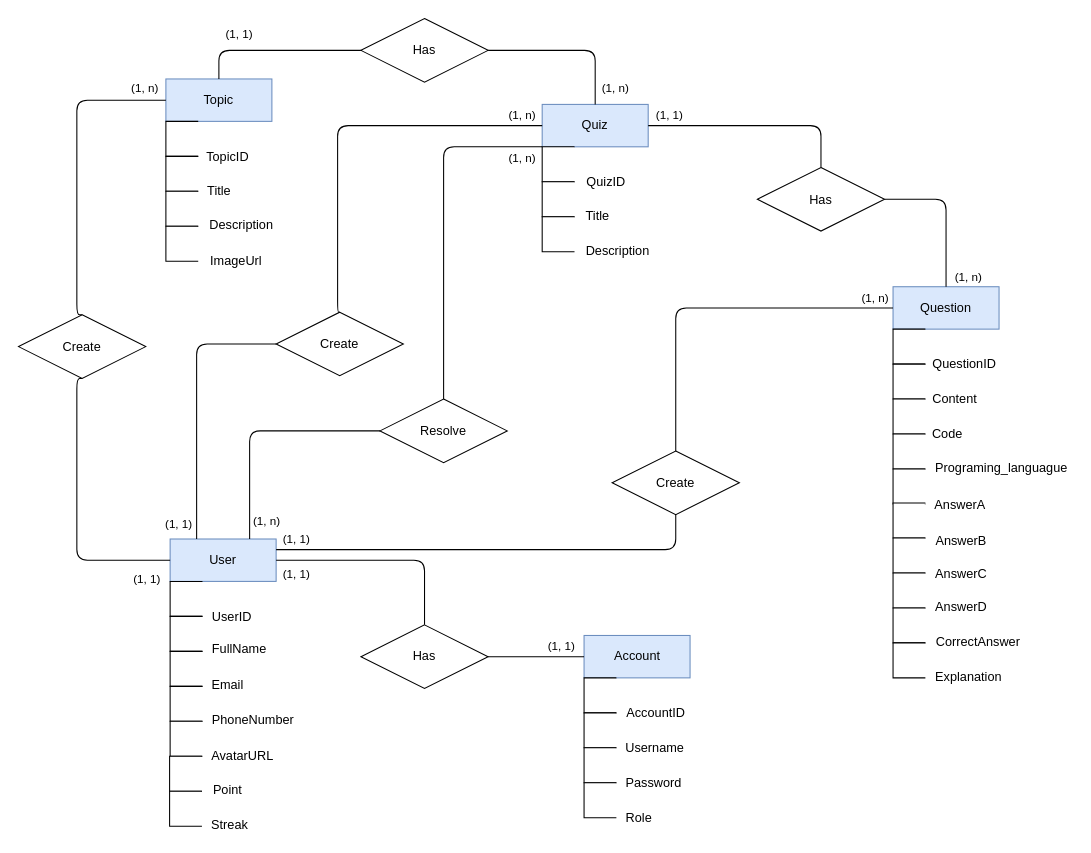
Above: Untitled Diagram.drawio in malburo/quiz-app (draw.io), before the change. Source tidied: cells renumbered, new cells numbered last; positions are measured from the earlier drawing's top-left corner, leaving out a move shared by most shapes. Both pictures are drawn from the tidied source at 106%, with x=0, y=0 at pixel (18, 18).
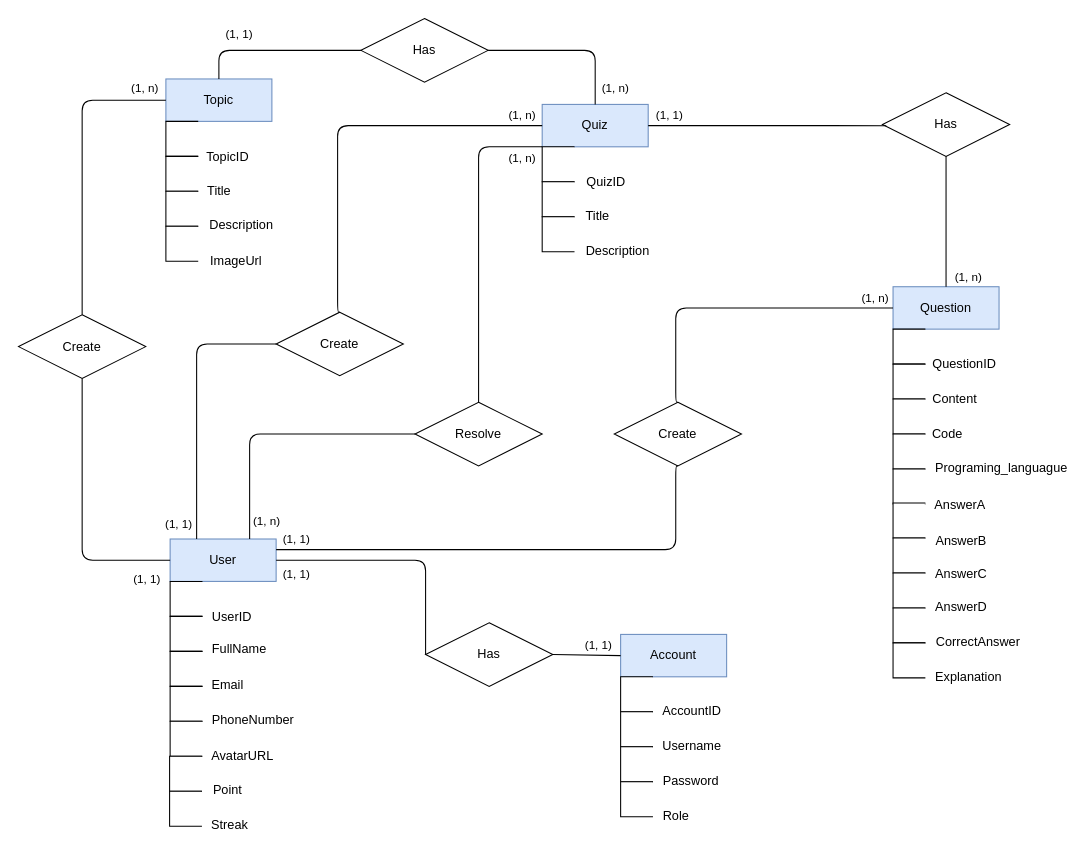
The same page after the edit.

The change refers to these unchanged cells:
```xml
<mxCell id="2" value="Topic" style="whiteSpace=wrap;html=1;align=center;startSize=26;fillColor=#dae8fc;strokeColor=#6c8ebf;" parent="1" vertex="1">
  <mxGeometry x="139" y="57" width="100" height="40" as="geometry" />
</mxCell>
<mxCell id="11" value="User" style="whiteSpace=wrap;html=1;align=center;startSize=26;fillColor=#dae8fc;strokeColor=#6c8ebf;" parent="1" vertex="1">
  <mxGeometry x="143" y="491" width="100" height="40" as="geometry" />
</mxCell>
<mxCell id="31" value="Quiz" style="whiteSpace=wrap;html=1;align=center;startSize=26;fillColor=#dae8fc;strokeColor=#6c8ebf;" parent="1" vertex="1">
  <mxGeometry x="494" y="81" width="100" height="40" as="geometry" />
</mxCell>
<mxCell id="38" value="Question" style="whiteSpace=wrap;html=1;align=center;startSize=26;fillColor=#dae8fc;strokeColor=#6c8ebf;" parent="1" vertex="1">
  <mxGeometry x="825" y="253" width="100" height="40" as="geometry" />
</mxCell>
<mxCell id="60" value="Create" style="shape=rhombus;perimeter=rhombusPerimeter;whiteSpace=wrap;html=1;align=center;startSize=26;fillColor=#ffffff;gradientColor=none;" parent="1" vertex="1">
  <mxGeometry y="279.5" width="120" height="60" as="geometry" />
</mxCell>
```

The edit, as a diff of the source:
```diff
@@
     <mxCell id="22" value="Account" style="whiteSpace=wrap;html=1;align=center;startSize=26;fillColor=#dae8fc;strokeColor=#6c8ebf;" parent="1" vertex="1">
-      <mxGeometry x="533.5" y="582" width="100" height="40" as="geometry" />
+      <mxGeometry x="568" y="581" width="100" height="40" as="geometry" />
     </mxCell>
     <mxCell id="23" style="html=1;dashed=0;whitespace=wrap;shape=partialRectangle;right=0;startSize=26;fillColor=#ffffff;gradientColor=none;" parent="1" vertex="1">
-      <mxGeometry x="533.5" y="622" width="30" height="33" as="geometry" />
+      <mxGeometry x="568" y="621" width="30" height="33" as="geometry" />
     </mxCell>
     <mxCell id="24" value="AccountID" style="text;html=1;align=center;verticalAlign=middle;fillColor=none;strokeColor=none;startSize=26;fontSize=12;" parent="1" vertex="1">
-      <mxGeometry x="568" y="646" width="65" height="18" as="geometry" />
+      <mxGeometry x="602.5" y="645" width="65" height="18" as="geometry" />
     </mxCell>
     <mxCell id="25" style="html=1;dashed=0;whitespace=wrap;shape=partialRectangle;right=0;startSize=26;fillColor=#ffffff;gradientColor=none;" parent="1" vertex="1">
-      <mxGeometry x="533.5" y="655" width="30" height="33" as="geometry" />
+      <mxGeometry x="568" y="654" width="30" height="33" as="geometry" />
     </mxCell>
     <mxCell id="26" value="Username" style="text;html=1;align=center;verticalAlign=middle;fillColor=none;strokeColor=none;startSize=26;fontSize=12;" parent="1" vertex="1">
-      <mxGeometry x="567.5" y="679" width="65" height="18" as="geometry" />
+      <mxGeometry x="602" y="678" width="65" height="18" as="geometry" />
     </mxCell>
     <mxCell id="27" style="html=1;dashed=0;whitespace=wrap;shape=partialRectangle;right=0;startSize=26;fillColor=#ffffff;gradientColor=none;" parent="1" vertex="1">
-      <mxGeometry x="533.5" y="688" width="30" height="33" as="geometry" />
+      <mxGeometry x="568" y="687" width="30" height="33" as="geometry" />
     </mxCell>
     <mxCell id="28" value="Password" style="text;html=1;align=center;verticalAlign=middle;fillColor=none;strokeColor=none;startSize=26;fontSize=12;" parent="1" vertex="1">
-      <mxGeometry x="567.5" y="712" width="63" height="18" as="geometry" />
+      <mxGeometry x="602" y="711" width="63" height="18" as="geometry" />
     </mxCell>
     <mxCell id="29" style="html=1;dashed=0;whitespace=wrap;shape=partialRectangle;right=0;startSize=26;fillColor=#ffffff;gradientColor=none;" parent="1" vertex="1">
-      <mxGeometry x="533.5" y="721" width="30" height="33" as="geometry" />
+      <mxGeometry x="568" y="720" width="30" height="33" as="geometry" />
     </mxCell>
     <mxCell id="30" value="Role" style="text;html=1;align=center;verticalAlign=middle;fillColor=none;strokeColor=none;startSize=26;fontSize=12;" parent="1" vertex="1">
-      <mxGeometry x="567.5" y="745" width="35" height="18" as="geometry" />
+      <mxGeometry x="602" y="744" width="35" height="18" as="geometry" />
     </mxCell>
@@
     <mxCell id="62" value="Has" style="shape=rhombus;perimeter=rhombusPerimeter;whiteSpace=wrap;html=1;align=center;startSize=26;fillColor=#ffffff;gradientColor=none;" parent="1" vertex="1">
-      <mxGeometry x="323" y="572" width="120" height="60" as="geometry" />
+      <mxGeometry x="384" y="570" width="120" height="60" as="geometry" />
     </mxCell>
     <mxCell id="63" value="Create" style="shape=rhombus;perimeter=rhombusPerimeter;whiteSpace=wrap;html=1;align=center;startSize=26;fillColor=#ffffff;gradientColor=none;" parent="1" vertex="1">
-      <mxGeometry x="560" y="408" width="120" height="60" as="geometry" />
+      <mxGeometry x="562" y="362" width="120" height="60" as="geometry" />
     </mxCell>
     <mxCell id="64" value="Has" style="shape=rhombus;perimeter=rhombusPerimeter;whiteSpace=wrap;html=1;align=center;startSize=26;fillColor=#ffffff;gradientColor=none;" parent="1" vertex="1">
-      <mxGeometry x="697" y="140.5" width="120" height="60" as="geometry" />
+      <mxGeometry x="815" y="70" width="120" height="60" as="geometry" />
     </mxCell>
@@
     <mxCell id="66" style="endArrow=none;html=1;exitX=0.5;exitY=0;exitDx=0;exitDy=0;entryX=0;entryY=1;entryDx=0;entryDy=0;edgeStyle=elbowEdgeStyle;" parent="1" edge="1" source="73" target="31">
       <mxGeometry relative="1" as="geometry">
         <Array as="points">
-          <mxPoint x="401" y="230" />
+          <mxPoint x="434" y="243" />
         </Array>
       </mxGeometry>
     </mxCell>
@@
     <mxCell id="71" style="endArrow=none;html=1;exitX=0.5;exitY=1;exitDx=0;exitDy=0;entryX=0;entryY=0.5;entryDx=0;entryDy=0;edgeStyle=elbowEdgeStyle;" parent="1" edge="1" source="60" target="11">
       <mxGeometry relative="1" as="geometry">
         <Array as="points">
+          <mxPoint x="60" y="416" />
           <mxPoint x="55" y="439" />
         </Array>
       </mxGeometry>
     </mxCell>
     <mxCell id="72" style="endArrow=none;html=1;exitX=0.5;exitY=0;exitDx=0;exitDy=0;entryX=0;entryY=0.5;entryDx=0;entryDy=0;edgeStyle=elbowEdgeStyle;" parent="1" edge="1" source="60" target="2">
       <mxGeometry relative="1" as="geometry">
         <Array as="points">
-          <mxPoint x="55" y="199" />
+          <mxPoint x="60" y="233" />
+          <mxPoint x="55" y="181" />
         </Array>
       </mxGeometry>
     </mxCell>
     <mxCell id="73" value="Resolve" style="shape=rhombus;perimeter=rhombusPerimeter;whiteSpace=wrap;html=1;align=center;startSize=26;fillColor=#ffffff;gradientColor=none;" parent="1" vertex="1">
-      <mxGeometry x="341" y="359" width="120" height="60" as="geometry" />
+      <mxGeometry x="374" y="362" width="120" height="60" as="geometry" />
     </mxCell>
@@
-    <mxCell id="75" style="endArrow=none;html=1;exitX=1;exitY=0.5;exitDx=0;exitDy=0;entryX=0.5;entryY=0;entryDx=0;entryDy=0;edgeStyle=elbowEdgeStyle;" parent="1" edge="1" source="64" target="38">
+    <mxCell id="75" style="endArrow=none;html=1;exitX=0.5;exitY=1;exitDx=0;exitDy=0;entryX=0.5;entryY=0;entryDx=0;entryDy=0;edgeStyle=elbowEdgeStyle;" parent="1" edge="1" source="64" target="38">
       <mxGeometry relative="1" as="geometry">
         <Array as="points">
-          <mxPoint x="875" y="209" />
+          <mxPoint x="875" y="170" />
+          <mxPoint x="870" y="171" />
+          <mxPoint x="870" y="146" />
+          <mxPoint x="875" y="153" />
         </Array>
       </mxGeometry>
     </mxCell>
-    <mxCell id="76" style="endArrow=none;html=1;exitX=1;exitY=0.5;exitDx=0;exitDy=0;entryX=0.5;entryY=0;entryDx=0;entryDy=0;edgeStyle=elbowEdgeStyle;" parent="1" edge="1" source="31" target="64">
+    <mxCell id="76" style="endArrow=none;html=1;exitX=1;exitY=0.5;exitDx=0;exitDy=0;entryX=0.03;entryY=0.518;entryDx=0;entryDy=0;edgeStyle=elbowEdgeStyle;entryPerimeter=0;" parent="1" edge="1" source="31" target="64">
       <mxGeometry relative="1" as="geometry">
         <Array as="points">
           <mxPoint x="757" y="125" />
           <mxPoint x="752" y="120" />
           <mxPoint x="723" y="121" />
         </Array>
       </mxGeometry>
     </mxCell>
@@
-    <mxCell id="78" style="endArrow=none;html=1;exitX=1;exitY=0.5;exitDx=0;exitDy=0;entryX=0.5;entryY=0;entryDx=0;entryDy=0;edgeStyle=elbowEdgeStyle;" parent="1" edge="1" source="11" target="62">
+    <mxCell id="78" style="endArrow=none;html=1;exitX=1;exitY=0.5;exitDx=0;exitDy=0;entryX=0;entryY=0.5;entryDx=0;entryDy=0;edgeStyle=elbowEdgeStyle;" parent="1" edge="1" source="11" target="62">
       <mxGeometry relative="1" as="geometry">
         <Array as="points">
-          <mxPoint x="383" y="523" />
+          <mxPoint x="384" y="562" />
         </Array>
       </mxGeometry>
     </mxCell>
@@
     <mxCell id="91" value="(1, 1)" style="edgeLabel;html=1;align=center;verticalAlign=middle;" parent="1" vertex="1">
-      <mxGeometry x="511.5" y="591" as="geometry" />
+      <mxGeometry x="546" y="590" as="geometry" />
     </mxCell>
```
